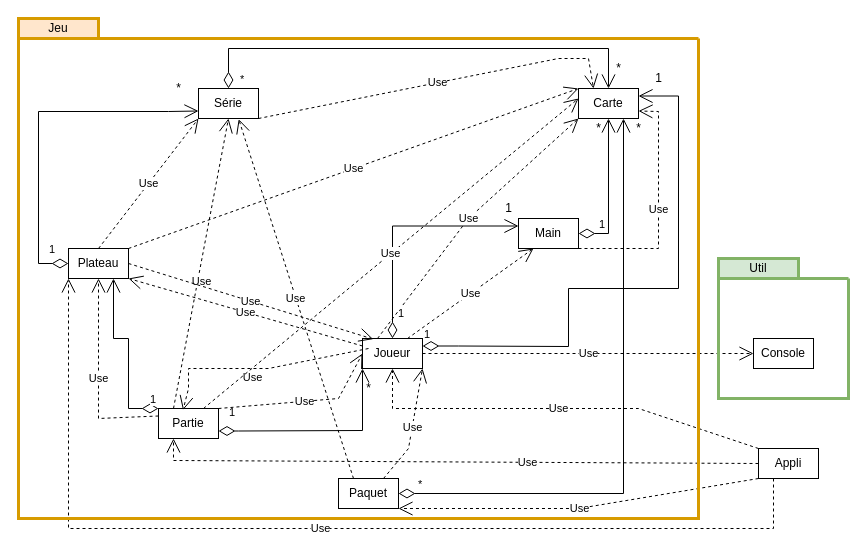
Before: Untitled Diagram.drawio in Nabal22/6QuiPrend, a draw.io diagram. Source tidied: cells renumbered, new cells numbered last; positions are measured from the earlier drawing's top-left corner, leaving out a move shared by most shapes. Both pictures are drawn from the tidied source at 100%, with x=0, y=0 at pixel (18, 18).
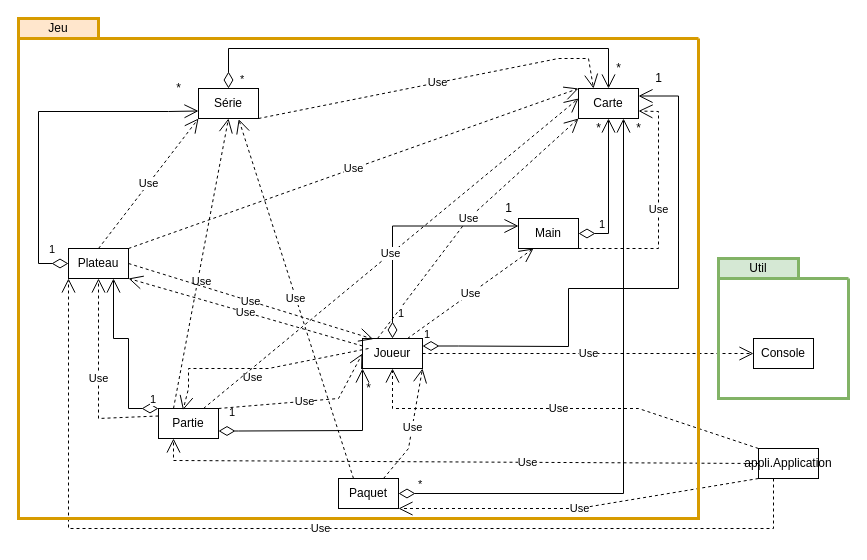
Above is the later version.

The edit, as a diff of the source:
```diff
@@
-    <mxCell id="7" value="Appli" style="rounded=0;whiteSpace=wrap;html=1;" parent="1" vertex="1">
+    <mxCell id="7" value="appli.Application" style="rounded=0;whiteSpace=wrap;html=1;" parent="1" vertex="1">
       <mxGeometry x="740" y="430" width="60" height="30" as="geometry" />
     </mxCell>
```
